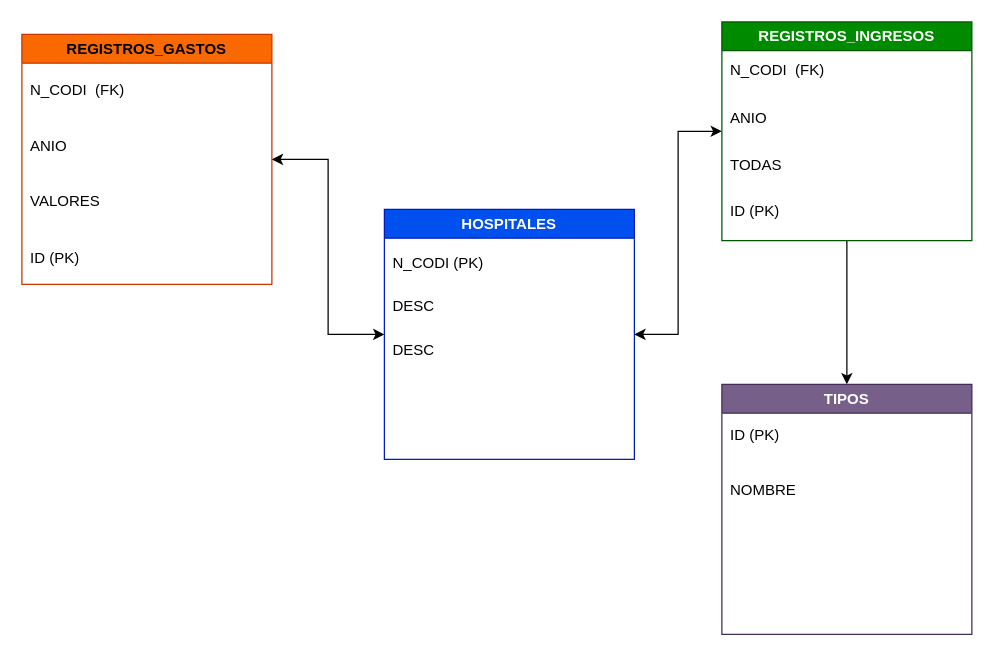
This is datos/diagrama_bbdd.drawio from santiagorodriguez-dev/team-proyecto-bbdd, a draw.io file, before an edit. Source tidied: cells renumbered, new cells numbered last; positions are measured from the earlier drawing's top-left corner, leaving out a move shared by most shapes. Both pictures are drawn from the tidied source at 125%, with x=0, y=0 at pixel (21, 21).
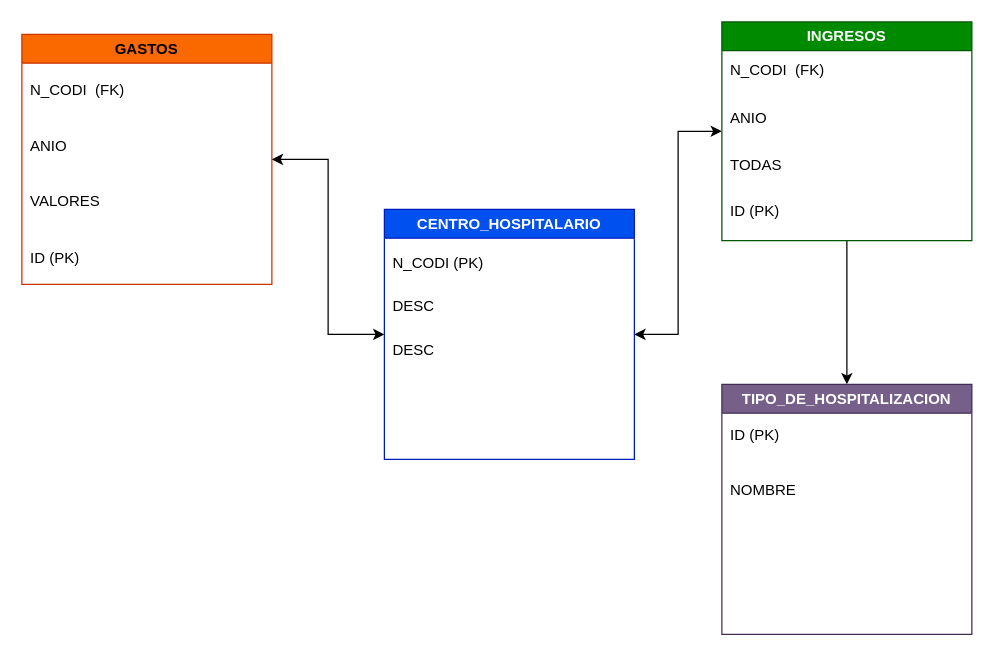
Above is the later version.

Diff of the diagram source:
```diff
@@
-    <mxCell id="2" value="&lt;div&gt;REGISTROS_GASTOS&lt;/div&gt;" style="swimlane;whiteSpace=wrap;html=1;fillColor=#fa6800;strokeColor=#C73500;fontColor=#000000;" parent="1" vertex="1">
+    <mxCell id="2" value="&lt;div&gt;GASTOS&lt;/div&gt;" style="swimlane;whiteSpace=wrap;html=1;fillColor=#fa6800;strokeColor=#C73500;fontColor=#000000;" parent="1" vertex="1">
       <mxGeometry y="10" width="200" height="200" as="geometry" />
     </mxCell>
@@
-    <mxCell id="14" value="HOSPITALES" style="swimlane;whiteSpace=wrap;html=1;startSize=23;fillColor=#0050ef;fontColor=#ffffff;strokeColor=#001DBC;" parent="1" vertex="1">
+    <mxCell id="14" value="CENTRO_HOSPITALARIO" style="swimlane;whiteSpace=wrap;html=1;startSize=23;fillColor=#0050ef;fontColor=#ffffff;strokeColor=#001DBC;" parent="1" vertex="1">
       <mxGeometry x="290" y="150" width="200" height="200" as="geometry" />
     </mxCell>
@@
-    <mxCell id="27" value="&lt;div&gt;REGISTROS_INGRESOS&lt;/div&gt;" style="swimlane;whiteSpace=wrap;html=1;fillColor=#008a00;fontColor=#ffffff;strokeColor=#005700;" parent="1" vertex="1">
+    <mxCell id="27" value="&lt;div&gt;INGRESOS&lt;/div&gt;" style="swimlane;whiteSpace=wrap;html=1;fillColor=#008a00;fontColor=#ffffff;strokeColor=#005700;" parent="1" vertex="1">
       <mxGeometry x="560" width="200" height="175" as="geometry" />
     </mxCell>
@@
-    <mxCell id="37" value="&lt;div&gt;TIPOS&lt;/div&gt;" style="swimlane;whiteSpace=wrap;html=1;fillColor=#76608a;fontColor=#ffffff;strokeColor=#432D57;" parent="1" vertex="1">
+    <mxCell id="37" value="&lt;div&gt;TIPO_DE_HOSPITALIZACION&lt;/div&gt;" style="swimlane;whiteSpace=wrap;html=1;fillColor=#76608a;fontColor=#ffffff;strokeColor=#432D57;" parent="1" vertex="1">
       <mxGeometry x="560" y="290" width="200" height="200" as="geometry" />
     </mxCell>
```
